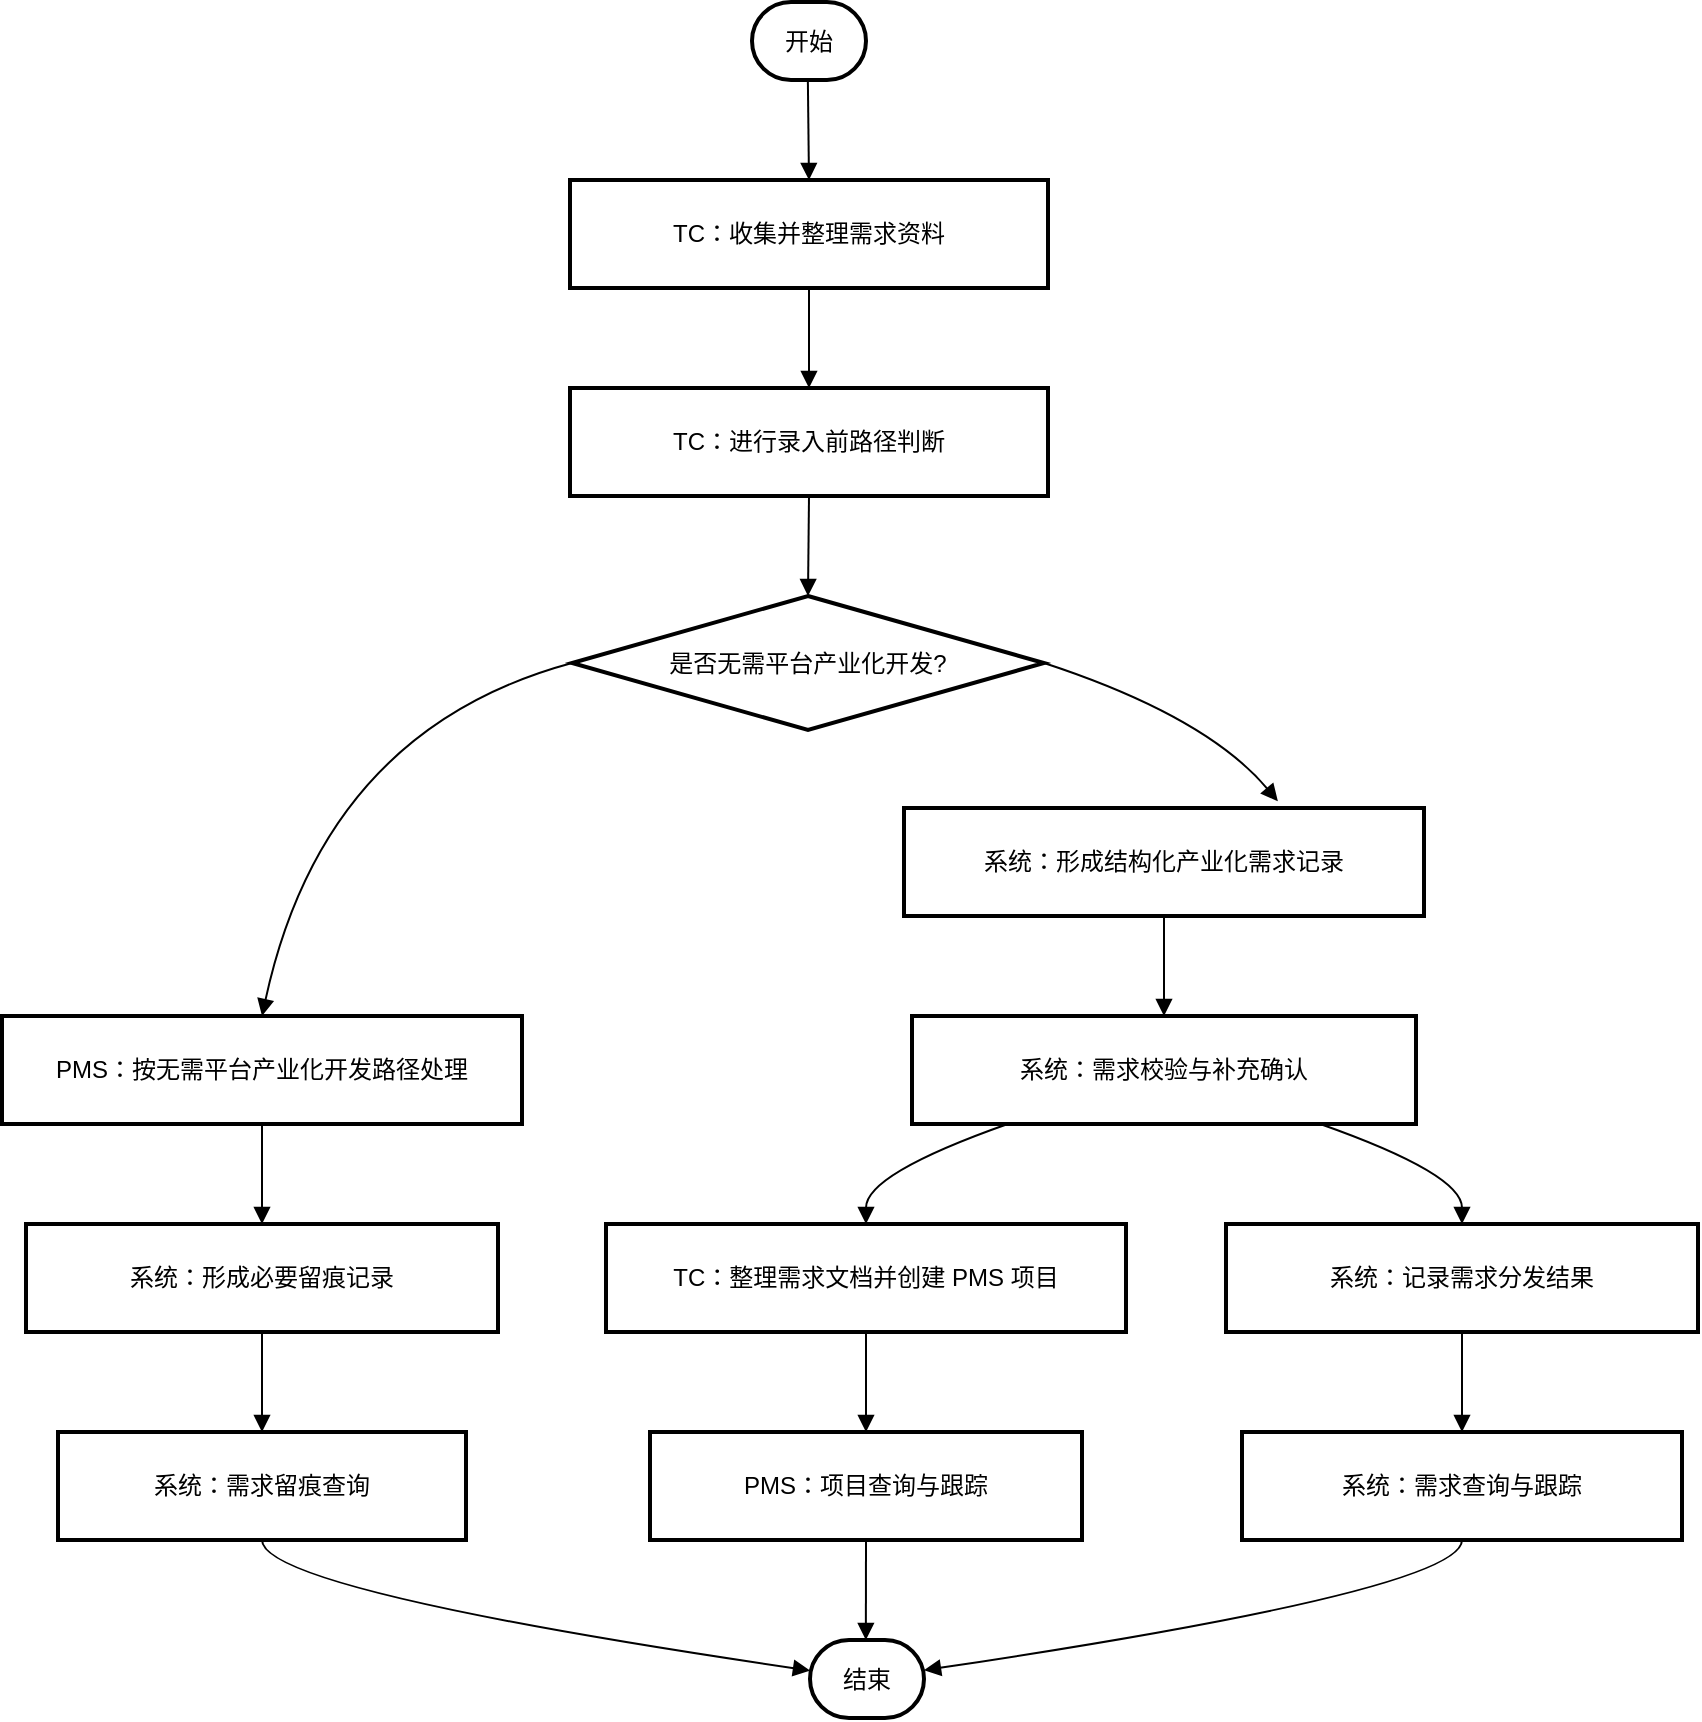
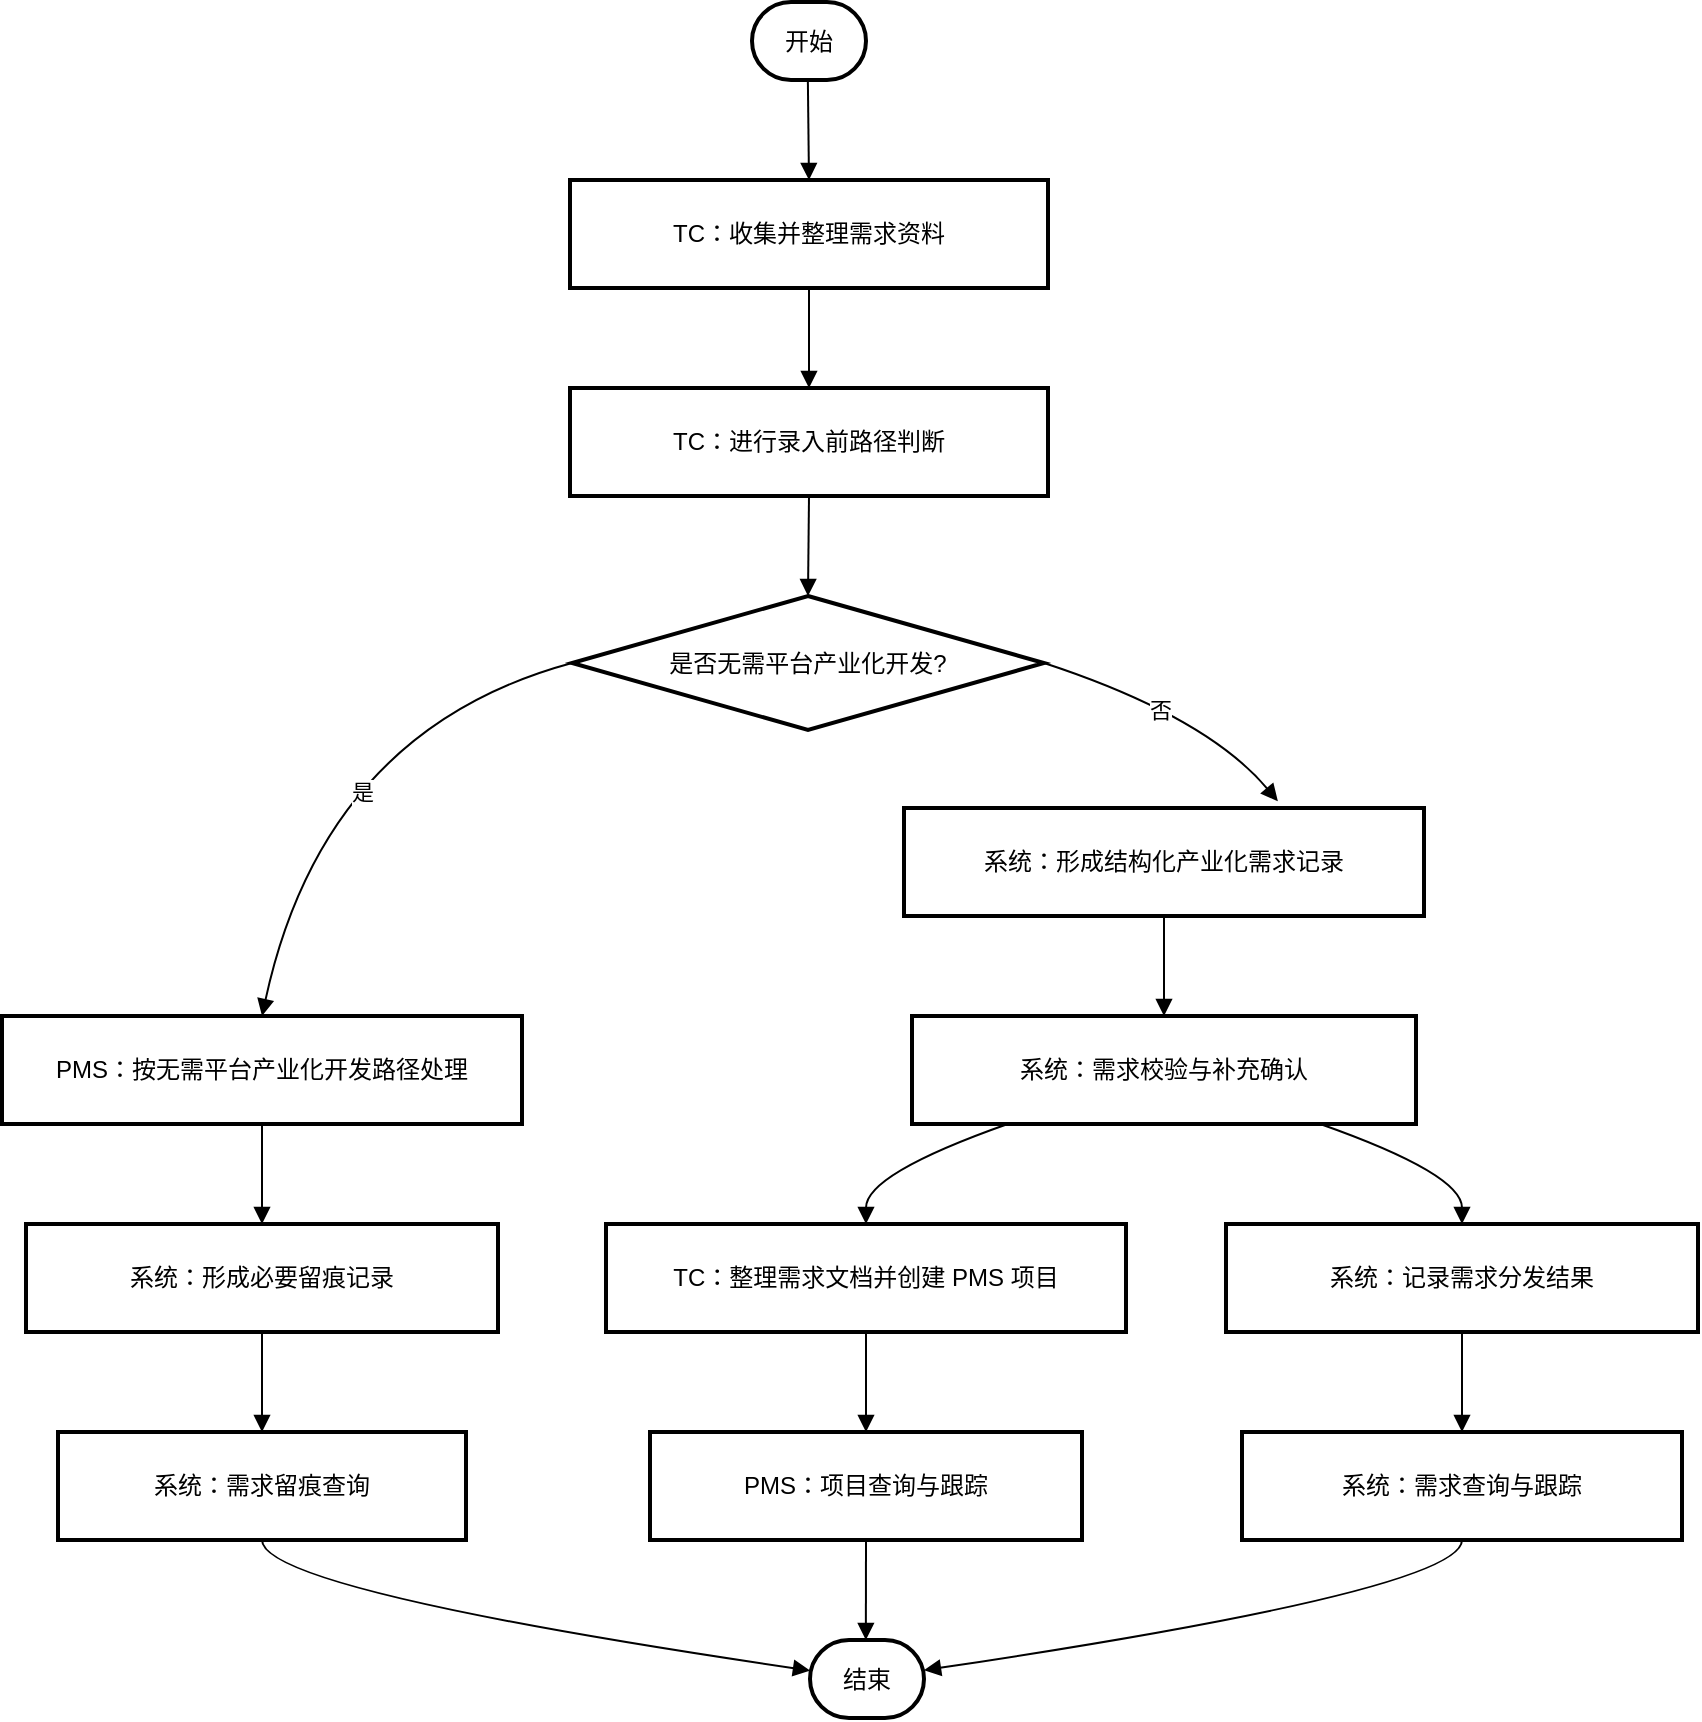
<mxfile host="app.diagrams.net">
  <diagram name="第 1 页" id="XX342gdMSMN2nlYMUpay">
-     <mxGraphModel dx="1350" dy="879" grid="0" gridSize="10" guides="1" tooltips="1" connect="1" arrows="1" fold="1" page="0" pageScale="1" pageWidth="827" pageHeight="1169" math="0" shadow="0">
+     <mxGraphModel dx="1357" dy="879" grid="0" gridSize="10" guides="1" tooltips="1" connect="1" arrows="1" fold="1" page="0" pageScale="1" pageWidth="827" pageHeight="1169" math="0" shadow="0">
      <root>
        <mxCell id="0" />
        <mxCell id="1" parent="0" />
        <mxCell id="lt1RkvhuJvMyMcCCVsIT-1" parent="1" style="rounded=1;whiteSpace=wrap;arcSize=50;strokeWidth=2;" value="开始" vertex="1">
          <mxGeometry height="39" width="57" x="420" y="20" as="geometry" />
        </mxCell>
        <mxCell id="lt1RkvhuJvMyMcCCVsIT-2" parent="1" style="whiteSpace=wrap;strokeWidth=2;" value="TC：收集并整理需求资料" vertex="1">
          <mxGeometry height="54" width="239" x="329" y="109" as="geometry" />
        </mxCell>
        <mxCell id="lt1RkvhuJvMyMcCCVsIT-3" parent="1" style="whiteSpace=wrap;strokeWidth=2;" value="TC：进行录入前路径判断" vertex="1">
          <mxGeometry height="54" width="239" x="329" y="213" as="geometry" />
        </mxCell>
        <mxCell id="lt1RkvhuJvMyMcCCVsIT-4" parent="1" style="rhombus;strokeWidth=2;whiteSpace=wrap;" value="是否无需平台产业化开发?" vertex="1">
          <mxGeometry height="67" width="236" x="330" y="317" as="geometry" />
        </mxCell>
        <mxCell id="lt1RkvhuJvMyMcCCVsIT-5" parent="1" style="whiteSpace=wrap;strokeWidth=2;" value="PMS：按无需平台产业化开发路径处理" vertex="1">
          <mxGeometry height="54" width="260" x="45" y="527" as="geometry" />
        </mxCell>
        <mxCell id="lt1RkvhuJvMyMcCCVsIT-6" parent="1" style="whiteSpace=wrap;strokeWidth=2;" value="系统：形成必要留痕记录" vertex="1">
          <mxGeometry height="54" width="236" x="57" y="631" as="geometry" />
        </mxCell>
        <mxCell id="lt1RkvhuJvMyMcCCVsIT-7" parent="1" style="whiteSpace=wrap;strokeWidth=2;" value="系统：形成结构化产业化需求记录" vertex="1">
          <mxGeometry height="54" width="260" x="496" y="423" as="geometry" />
        </mxCell>
        <mxCell id="lt1RkvhuJvMyMcCCVsIT-8" parent="1" style="whiteSpace=wrap;strokeWidth=2;" value="系统：需求校验与补充确认" vertex="1">
          <mxGeometry height="54" width="252" x="500" y="527" as="geometry" />
        </mxCell>
        <mxCell id="lt1RkvhuJvMyMcCCVsIT-9" parent="1" style="whiteSpace=wrap;strokeWidth=2;" value="TC：整理需求文档并创建 PMS 项目" vertex="1">
          <mxGeometry height="54" width="260" x="347" y="631" as="geometry" />
        </mxCell>
        <mxCell id="lt1RkvhuJvMyMcCCVsIT-10" parent="1" style="whiteSpace=wrap;strokeWidth=2;" value="系统：记录需求分发结果" vertex="1">
          <mxGeometry height="54" width="236" x="657" y="631" as="geometry" />
        </mxCell>
        <mxCell id="lt1RkvhuJvMyMcCCVsIT-11" parent="1" style="whiteSpace=wrap;strokeWidth=2;" value="系统：需求留痕查询" vertex="1">
          <mxGeometry height="54" width="204" x="73" y="735" as="geometry" />
        </mxCell>
        <mxCell id="lt1RkvhuJvMyMcCCVsIT-12" parent="1" style="whiteSpace=wrap;strokeWidth=2;" value="PMS：项目查询与跟踪" vertex="1">
          <mxGeometry height="54" width="216" x="369" y="735" as="geometry" />
        </mxCell>
        <mxCell id="lt1RkvhuJvMyMcCCVsIT-13" parent="1" style="whiteSpace=wrap;strokeWidth=2;" value="系统：需求查询与跟踪" vertex="1">
          <mxGeometry height="54" width="220" x="665" y="735" as="geometry" />
        </mxCell>
        <mxCell id="lt1RkvhuJvMyMcCCVsIT-14" parent="1" style="rounded=1;whiteSpace=wrap;arcSize=50;strokeWidth=2;" value="结束" vertex="1">
          <mxGeometry height="39" width="57" x="449" y="839" as="geometry" />
        </mxCell>
        <mxCell id="lt1RkvhuJvMyMcCCVsIT-15" edge="1" parent="1" source="lt1RkvhuJvMyMcCCVsIT-1" style="curved=1;startArrow=none;endArrow=block;exitX=0.49;exitY=1;entryX=0.5;entryY=0;rounded=0;" target="lt1RkvhuJvMyMcCCVsIT-2" value="">
          <mxGeometry relative="1" as="geometry">
            <Array as="points" />
          </mxGeometry>
        </mxCell>
        <mxCell id="lt1RkvhuJvMyMcCCVsIT-16" edge="1" parent="1" source="lt1RkvhuJvMyMcCCVsIT-2" style="curved=1;startArrow=none;endArrow=block;exitX=0.5;exitY=1;entryX=0.5;entryY=0;rounded=0;" target="lt1RkvhuJvMyMcCCVsIT-3" value="">
          <mxGeometry relative="1" as="geometry">
            <Array as="points" />
          </mxGeometry>
        </mxCell>
        <mxCell id="lt1RkvhuJvMyMcCCVsIT-17" edge="1" parent="1" source="lt1RkvhuJvMyMcCCVsIT-3" style="curved=1;startArrow=none;endArrow=block;exitX=0.5;exitY=1;entryX=0.5;entryY=0;rounded=0;" target="lt1RkvhuJvMyMcCCVsIT-4" value="">
          <mxGeometry relative="1" as="geometry">
            <Array as="points" />
          </mxGeometry>
        </mxCell>
        <mxCell id="lt1RkvhuJvMyMcCCVsIT-19" edge="1" parent="1" source="lt1RkvhuJvMyMcCCVsIT-5" style="curved=1;startArrow=none;endArrow=block;exitX=0.5;exitY=1;entryX=0.5;entryY=0;rounded=0;" target="lt1RkvhuJvMyMcCCVsIT-6" value="">
          <mxGeometry relative="1" as="geometry">
            <Array as="points" />
          </mxGeometry>
        </mxCell>
        <mxCell id="lt1RkvhuJvMyMcCCVsIT-21" edge="1" parent="1" source="lt1RkvhuJvMyMcCCVsIT-7" style="curved=1;startArrow=none;endArrow=block;exitX=0.5;exitY=1;entryX=0.5;entryY=0;rounded=0;" target="lt1RkvhuJvMyMcCCVsIT-8" value="">
          <mxGeometry relative="1" as="geometry">
            <Array as="points" />
          </mxGeometry>
        </mxCell>
        <mxCell id="lt1RkvhuJvMyMcCCVsIT-22" edge="1" parent="1" source="lt1RkvhuJvMyMcCCVsIT-8" style="curved=1;startArrow=none;endArrow=block;exitX=0.19;exitY=1;entryX=0.5;entryY=0;rounded=0;" target="lt1RkvhuJvMyMcCCVsIT-9" value="">
          <mxGeometry relative="1" as="geometry">
            <Array as="points">
              <mxPoint x="477" y="606" />
            </Array>
          </mxGeometry>
        </mxCell>
        <mxCell id="lt1RkvhuJvMyMcCCVsIT-23" edge="1" parent="1" source="lt1RkvhuJvMyMcCCVsIT-8" style="curved=1;startArrow=none;endArrow=block;exitX=0.81;exitY=1;entryX=0.5;entryY=0;rounded=0;" target="lt1RkvhuJvMyMcCCVsIT-10" value="">
          <mxGeometry relative="1" as="geometry">
            <Array as="points">
              <mxPoint x="775" y="606" />
            </Array>
          </mxGeometry>
        </mxCell>
        <mxCell id="lt1RkvhuJvMyMcCCVsIT-24" edge="1" parent="1" source="lt1RkvhuJvMyMcCCVsIT-6" style="curved=1;startArrow=none;endArrow=block;exitX=0.5;exitY=1;entryX=0.5;entryY=0;rounded=0;" target="lt1RkvhuJvMyMcCCVsIT-11" value="">
          <mxGeometry relative="1" as="geometry">
            <Array as="points" />
          </mxGeometry>
        </mxCell>
        <mxCell id="lt1RkvhuJvMyMcCCVsIT-25" edge="1" parent="1" source="lt1RkvhuJvMyMcCCVsIT-9" style="curved=1;startArrow=none;endArrow=block;exitX=0.5;exitY=1;entryX=0.5;entryY=0;rounded=0;" target="lt1RkvhuJvMyMcCCVsIT-12" value="">
          <mxGeometry relative="1" as="geometry">
            <Array as="points" />
          </mxGeometry>
        </mxCell>
        <mxCell id="lt1RkvhuJvMyMcCCVsIT-26" edge="1" parent="1" source="lt1RkvhuJvMyMcCCVsIT-10" style="curved=1;startArrow=none;endArrow=block;exitX=0.5;exitY=1;entryX=0.5;entryY=0;rounded=0;" target="lt1RkvhuJvMyMcCCVsIT-13" value="">
          <mxGeometry relative="1" as="geometry">
            <Array as="points" />
          </mxGeometry>
        </mxCell>
        <mxCell id="lt1RkvhuJvMyMcCCVsIT-27" edge="1" parent="1" source="lt1RkvhuJvMyMcCCVsIT-11" style="curved=1;startArrow=none;endArrow=block;exitX=0.5;exitY=1;entryX=-0.01;entryY=0.39;rounded=0;" target="lt1RkvhuJvMyMcCCVsIT-14" value="">
          <mxGeometry relative="1" as="geometry">
            <Array as="points">
              <mxPoint x="175" y="814" />
            </Array>
          </mxGeometry>
        </mxCell>
        <mxCell id="lt1RkvhuJvMyMcCCVsIT-28" edge="1" parent="1" source="lt1RkvhuJvMyMcCCVsIT-12" style="curved=1;startArrow=none;endArrow=block;exitX=0.5;exitY=1;entryX=0.49;entryY=0;rounded=0;" target="lt1RkvhuJvMyMcCCVsIT-14" value="">
          <mxGeometry relative="1" as="geometry">
            <Array as="points" />
          </mxGeometry>
        </mxCell>
        <mxCell id="lt1RkvhuJvMyMcCCVsIT-29" edge="1" parent="1" source="lt1RkvhuJvMyMcCCVsIT-13" style="curved=1;startArrow=none;endArrow=block;exitX=0.5;exitY=1;entryX=0.99;entryY=0.39;rounded=0;" target="lt1RkvhuJvMyMcCCVsIT-14" value="">
          <mxGeometry relative="1" as="geometry">
            <Array as="points">
              <mxPoint x="775" y="814" />
            </Array>
          </mxGeometry>
        </mxCell>
        <mxCell id="lt1RkvhuJvMyMcCCVsIT-30" edge="1" parent="1" source="lt1RkvhuJvMyMcCCVsIT-4" style="curved=1;startArrow=none;endArrow=block;exitX=0;exitY=0.5;entryX=0.5;entryY=0;rounded=0;exitDx=0;exitDy=0;entryDx=0;entryDy=0;" target="lt1RkvhuJvMyMcCCVsIT-5" value="">
          <mxGeometry relative="1" as="geometry">
            <Array as="points">
              <mxPoint x="206" y="384" />
            </Array>
            <mxPoint x="277" y="359" as="sourcePoint" />
            <mxPoint x="206" y="409" as="targetPoint" />
          </mxGeometry>
        </mxCell>
+         <mxCell id="bSOlVnwhHCATYE-H4n2X-2" connectable="0" parent="lt1RkvhuJvMyMcCCVsIT-30" style="edgeLabel;html=1;align=center;verticalAlign=middle;resizable=0;points=[];" value="是" vertex="1">
+           <mxGeometry relative="1" x="0.1261" y="25" as="geometry">
+             <mxPoint as="offset" />
+           </mxGeometry>
+         </mxCell>
        <mxCell id="lt1RkvhuJvMyMcCCVsIT-32" edge="1" parent="1" source="lt1RkvhuJvMyMcCCVsIT-4" style="curved=1;startArrow=none;endArrow=block;exitX=1;exitY=0.5;entryX=0.719;entryY=-0.063;rounded=0;exitDx=0;exitDy=0;entryDx=0;entryDy=0;entryPerimeter=0;" target="lt1RkvhuJvMyMcCCVsIT-7" value="">
          <mxGeometry relative="1" as="geometry">
            <Array as="points">
              <mxPoint x="647" y="377" />
            </Array>
            <mxPoint x="576" y="352" as="sourcePoint" />
            <mxPoint x="647" y="402" as="targetPoint" />
          </mxGeometry>
        </mxCell>
+         <mxCell id="bSOlVnwhHCATYE-H4n2X-3" connectable="0" parent="lt1RkvhuJvMyMcCCVsIT-32" style="edgeLabel;html=1;align=center;verticalAlign=middle;resizable=0;points=[];" value="否" vertex="1">
+           <mxGeometry relative="1" x="-0.11" y="-4" as="geometry">
+             <mxPoint as="offset" />
+           </mxGeometry>
+         </mxCell>
      </root>
    </mxGraphModel>
  </diagram>
</mxfile>
